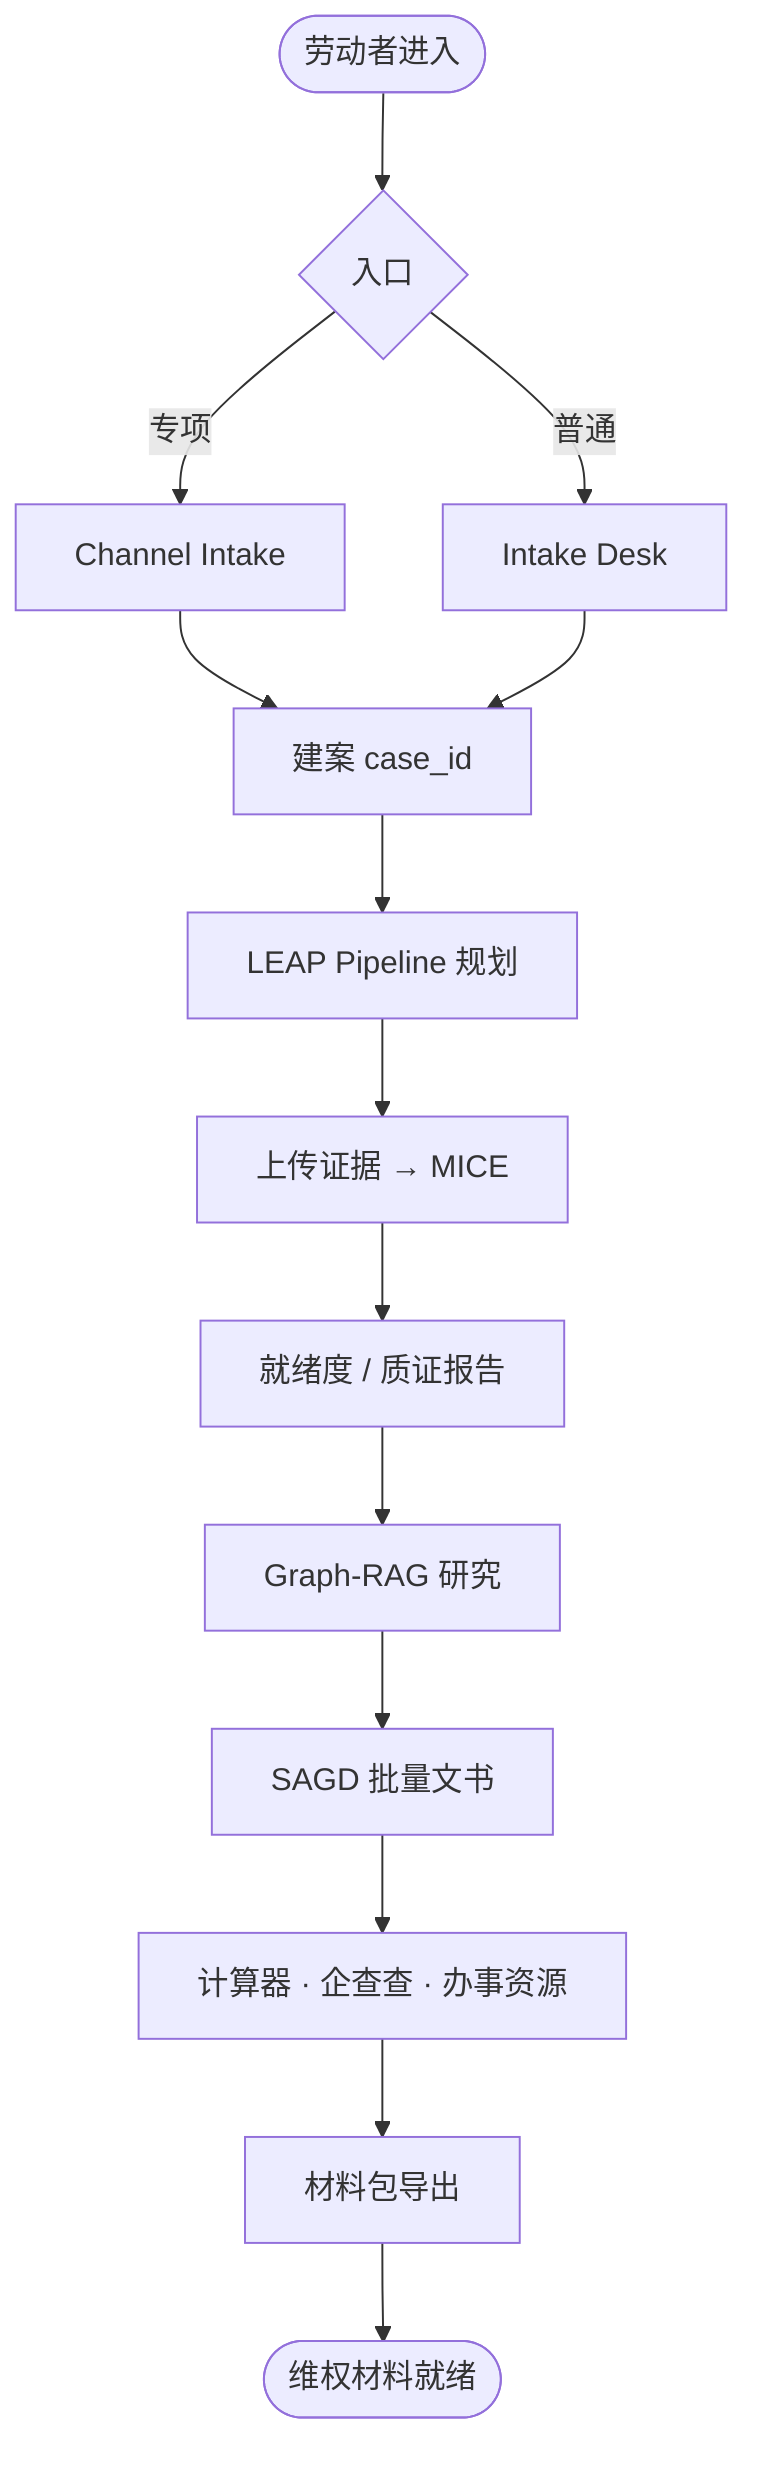
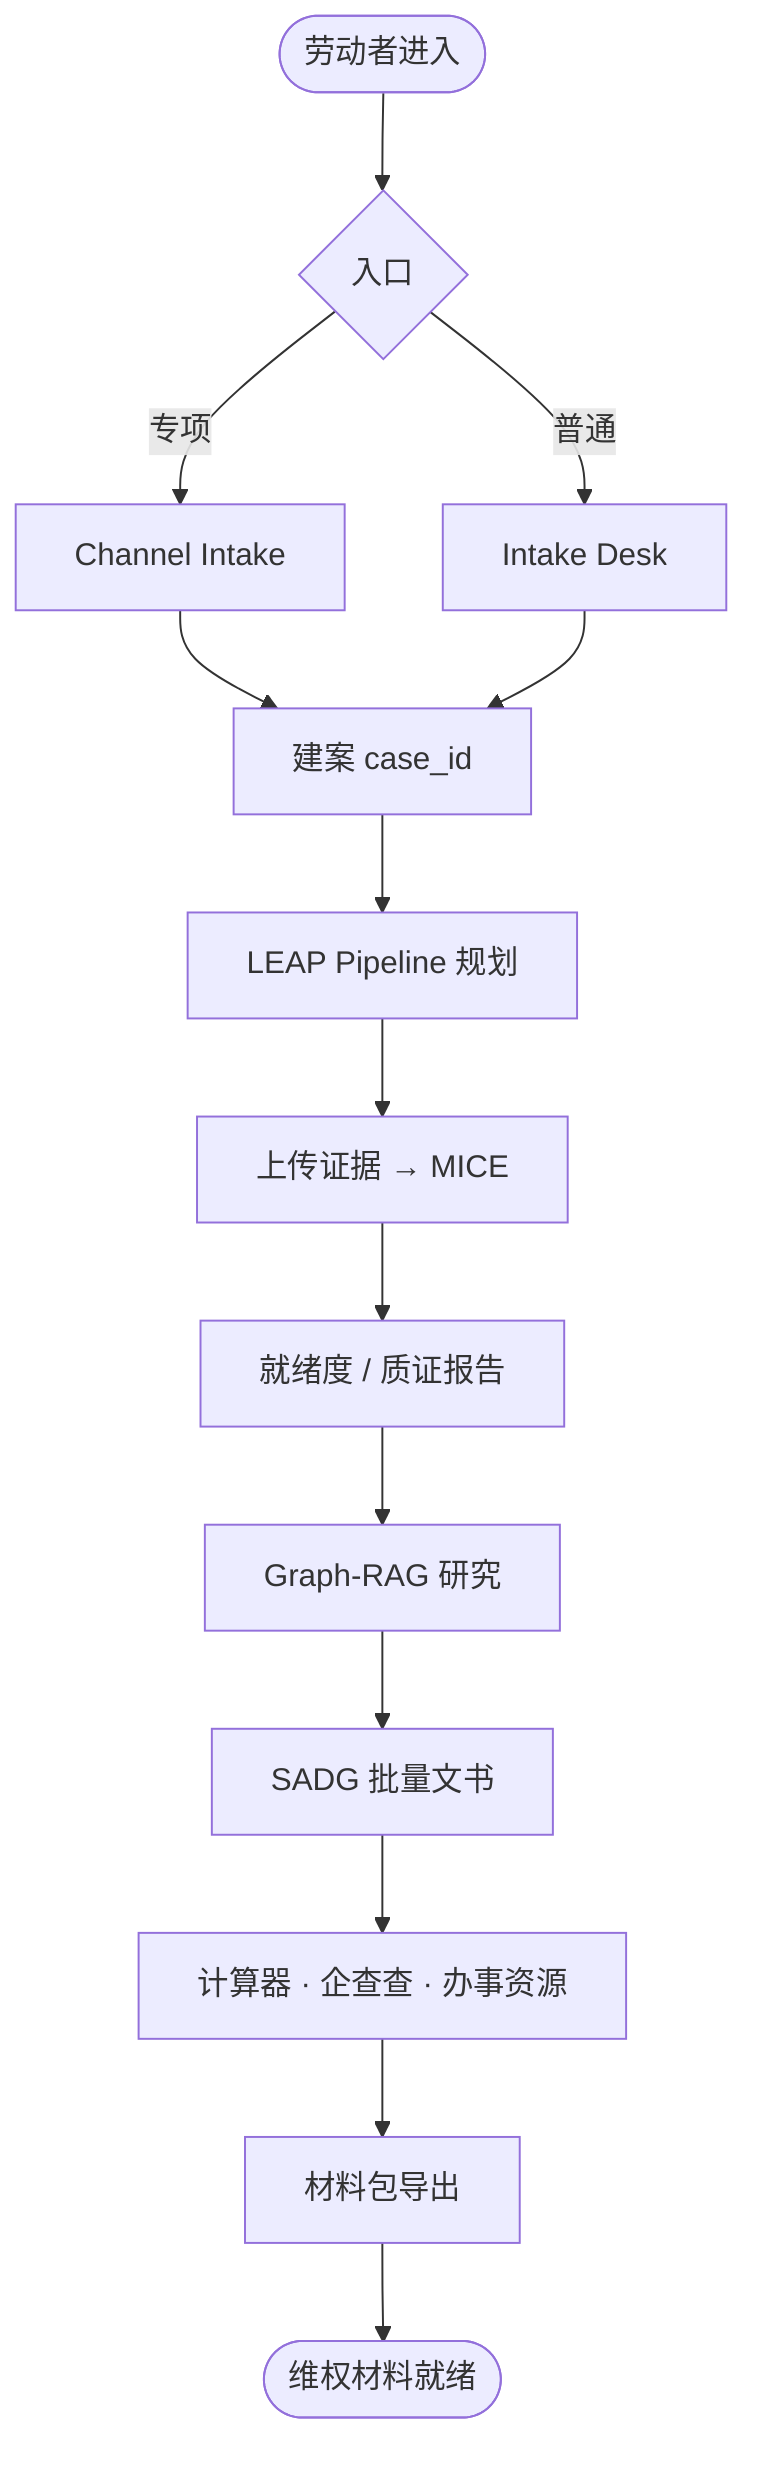
%% 智能维权端到端总流程（答辩 demo 用）

flowchart TB
  START([劳动者进入]) --> GATE{入口}
  GATE -->|专项| CH[Channel Intake]
  GATE -->|普通| DESK[Intake Desk]

  CH --> CASE[建案 case_id]
  DESK --> CASE

  CASE --> LEAP[LEAP Pipeline 规划]
  LEAP --> EVD[上传证据 → MICE]
  EVD --> READ[就绪度 / 质证报告]
  READ --> RES[Graph-RAG 研究]
-   RES --> DOC[SAGD 批量文书]
+   RES --> DOC[SADG 批量文书]
  DOC --> TOOLS[计算器 · 企查查 · 办事资源]
  TOOLS --> PACK[材料包导出]
  PACK --> END([维权材料就绪])
